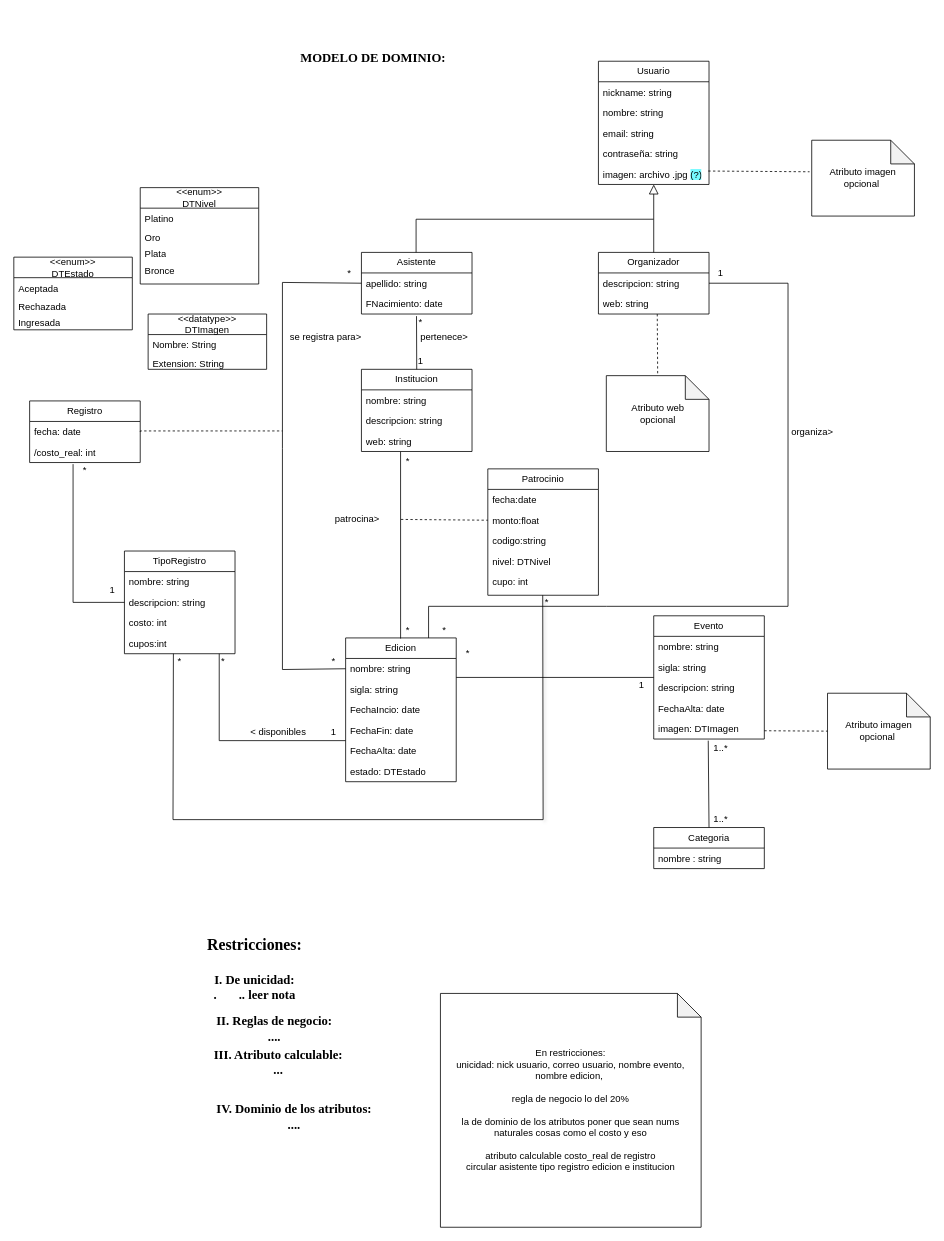
Above: page "ModeloDominio" (1 of 5) of Tarea1Snapshot.drawio in franscaletti/tprog (draw.io), before the change. Source tidied: cells renumbered, new cells numbered last; positions are measured from the earlier drawing's top-left corner, leaving out a move shared by most shapes. Both pictures are drawn from the tidied source at 79%, with x=0, y=0 at pixel (13, 13).
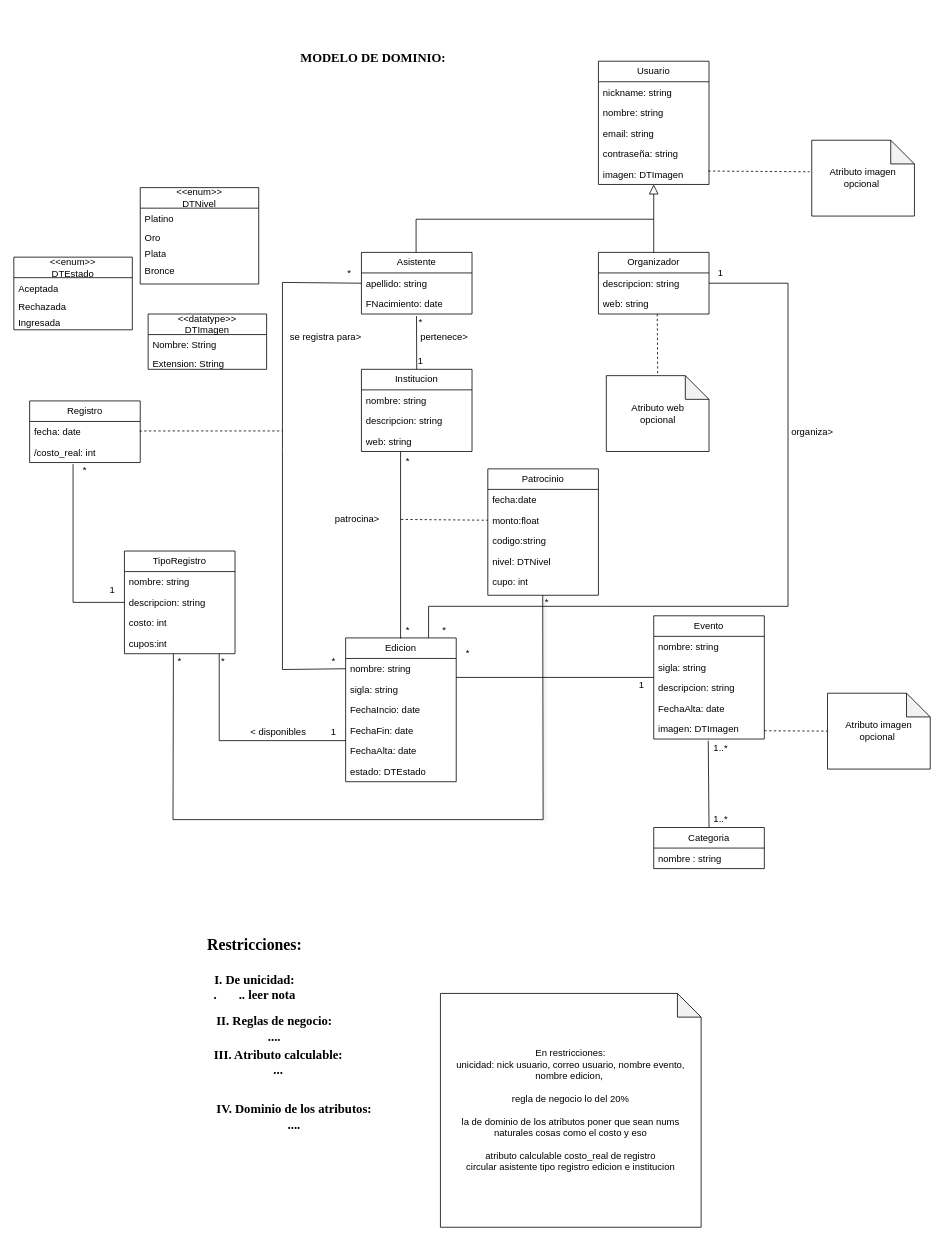
Above is the later version.

The change refers to these unchanged cells:
```xml
<mxCell id="4" value="Usuario" style="swimlane;fontStyle=0;horizontal=1;startSize=26;fillColor=none;whiteSpace=wrap;html=1;" parent="1" vertex="1">
  <mxGeometry x="740" y="60" width="140" height="156" as="geometry" />
</mxCell>
```

What changed in the source:
```diff
@@
-    <mxCell id="9" value="imagen: archivo .jpg &lt;span style=&quot;background-color: rgb(117, 250, 255);&quot;&gt;(?)&lt;/span&gt;" style="text;strokeColor=none;fillColor=none;align=left;verticalAlign=top;spacingLeft=4;spacingRight=4;overflow=hidden;whiteSpace=wrap;html=1;" parent="4" vertex="1">
+    <mxCell id="9" value="imagen: DTImagen" style="text;strokeColor=none;fillColor=none;align=left;verticalAlign=top;spacingLeft=4;spacingRight=4;overflow=hidden;whiteSpace=wrap;html=1;" parent="4" vertex="1">
       <mxGeometry y="130" width="140" height="26" as="geometry" />
     </mxCell>
```
